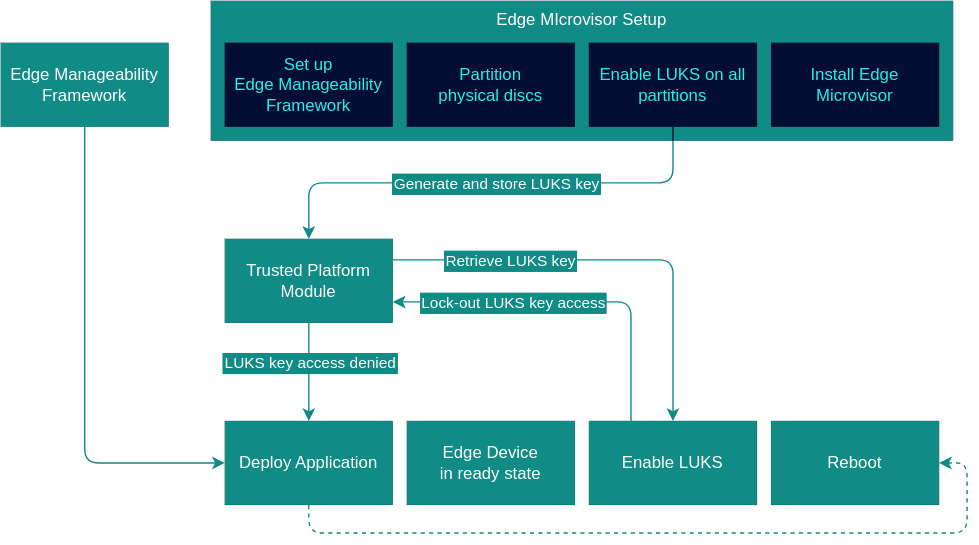
Earlier version of the draw.io export docs/developer-guide/assets/emt-luks-setup.drawio.svg (open-edge-platform/edge-microvisor-toolkit). Source tidied: cells renumbered, new cells last; positions are measured from the earlier drawing's top-left corner, leaving out a move shared by most shapes.
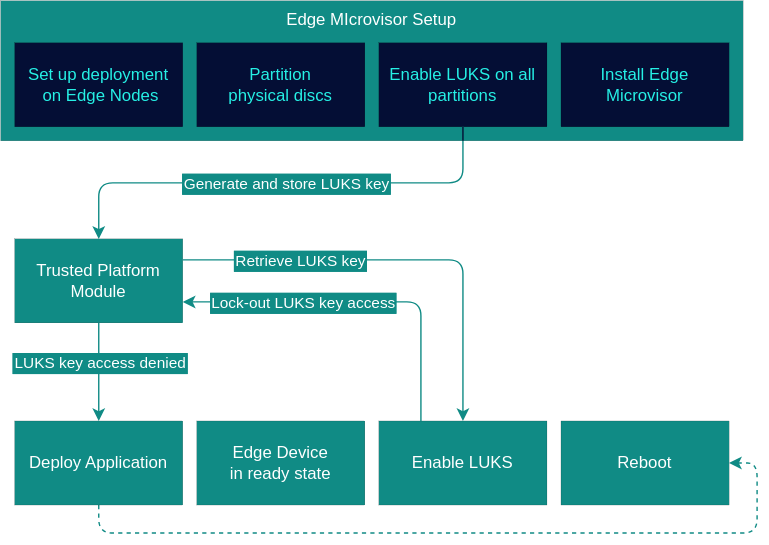
After the change.

What changed in the source:
```diff
@@ -5,10 +5,7 @@
     <mxCell id="2" value="&lt;div&gt;Edge MIcrovisor Setup&lt;/div&gt;" style="rounded=0;whiteSpace=wrap;html=1;strokeColor=default;align=center;verticalAlign=top;fontFamily=Helvetica;fontSize=12;fontColor=#FFFFFF;fillColor=#108B85;labelBackgroundColor=none;strokeWidth=0;" parent="1" vertex="1">
       <mxGeometry x="150" width="530" height="100" as="geometry" />
     </mxCell>
-    <mxCell id="3" value="Edge Manageability Framework" style="rounded=0;whiteSpace=wrap;html=1;strokeColor=default;fontColor=#FFFFFF;labelBackgroundColor=none;fillColor=#108B85;strokeWidth=0;align=center;verticalAlign=middle;fontFamily=Helvetica;fontSize=12;" parent="1" vertex="1">
-      <mxGeometry y="30" width="120" height="60" as="geometry" />
-    </mxCell>
-    <mxCell id="4" value="&lt;span style=&quot;background-color: transparent; color: light-dark(rgb(38, 240, 229), rgb(0, 106, 97));&quot;&gt;Set up&lt;br&gt;&lt;/span&gt;Edge Manageability Framework" style="rounded=0;whiteSpace=wrap;html=1;fontColor=#26F0E5;align=center;verticalAlign=middle;fontFamily=Helvetica;fontSize=12;labelBackgroundColor=none;fillColor=#040E35;strokeWidth=0;" parent="1" vertex="1">
+    <mxCell id="4" value="&lt;span style=&quot;background-color: transparent; color: light-dark(rgb(38, 240, 229), rgb(0, 106, 97));&quot;&gt;Set up deployment&lt;/span&gt;&lt;div&gt;&lt;span style=&quot;background-color: transparent; color: light-dark(rgb(38, 240, 229), rgb(0, 106, 97));&quot;&gt;&amp;nbsp;on&amp;nbsp;&lt;/span&gt;Edge Nodes&lt;/div&gt;" style="rounded=0;whiteSpace=wrap;html=1;fontColor=#26F0E5;align=center;verticalAlign=middle;fontFamily=Helvetica;fontSize=12;labelBackgroundColor=none;fillColor=#040E35;strokeWidth=0;" parent="1" vertex="1">
       <mxGeometry x="160" y="30" width="120" height="60" as="geometry" />
     </mxCell>
     <mxCell id="5" value="&lt;div&gt;Trusted Platform Module&lt;/div&gt;" style="rounded=0;whiteSpace=wrap;html=1;strokeColor=default;strokeWidth=0;align=center;verticalAlign=middle;fontFamily=Helvetica;fontSize=12;fontColor=#FFFFFF;labelBackgroundColor=none;fillColor=#108B85;" parent="1" vertex="1">
@@ -23,9 +20,6 @@
     <mxCell id="8" style="edgeStyle=orthogonalEdgeStyle;rounded=1;jettySize=auto;html=1;exitX=0.5;exitY=1;exitDx=0;exitDy=0;fontFamily=Helvetica;fontSize=11;fontColor=#FFFFFF;curved=0;strokeColor=#108B85;align=center;verticalAlign=middle;labelBackgroundColor=#108B85;endArrow=classic;entryX=1;entryY=0.5;entryDx=0;entryDy=0;dashed=1;" parent="1" edge="1" source="14" target="16">
       <mxGeometry relative="1" as="geometry" />
     </mxCell>
-    <mxCell id="9" style="edgeStyle=orthogonalEdgeStyle;shape=connector;curved=0;rounded=1;jettySize=auto;html=1;exitX=0.5;exitY=1;exitDx=0;exitDy=0;entryX=0;entryY=0.5;entryDx=0;entryDy=0;strokeColor=#108B85;align=center;verticalAlign=middle;fontFamily=Helvetica;fontSize=11;fontColor=#108B85;labelBackgroundColor=#FFFBFB;endArrow=classic;strokeWidth=1;" parent="1" edge="1" source="3" target="14">
-      <mxGeometry relative="1" as="geometry" />
-    </mxCell>
     <mxCell id="10" value="&lt;div&gt;Edge Device&lt;/div&gt;&lt;div&gt;in ready state&lt;/div&gt;" style="rounded=0;whiteSpace=wrap;html=1;strokeColor=default;strokeWidth=0;align=center;verticalAlign=middle;fontFamily=Helvetica;fontSize=12;fontColor=#FFFFFF;labelBackgroundColor=none;fillColor=#108B85;" parent="1" vertex="1">
       <mxGeometry x="290" y="300" width="120" height="60" as="geometry" />
     </mxCell>
```
